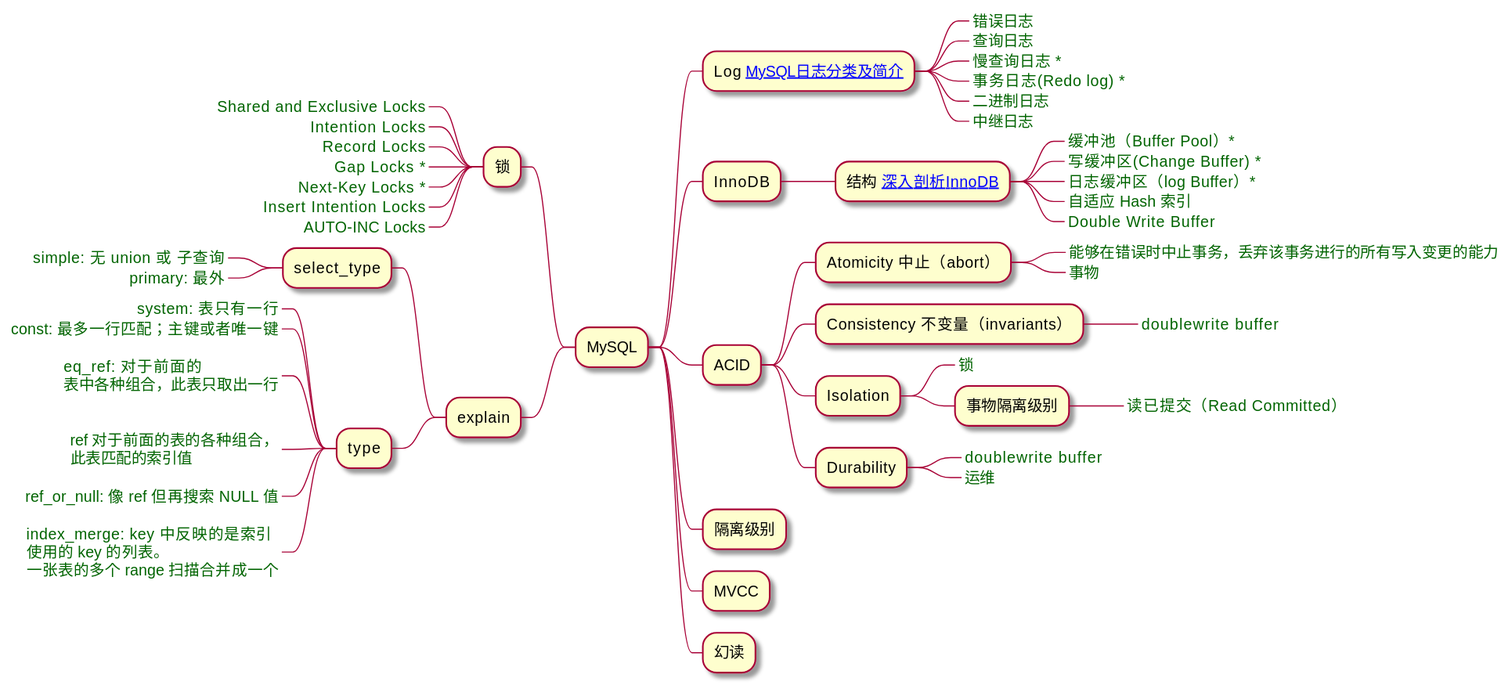
Earlier version of the PlantUML export assets/imgs/resume/mysql.svg (Gh0st99/Gh0st99.github.io). The source it was exported from:
```plantuml
@startmindmap
<style>
boxless {
FontColor darkgreen
}
</style>

* MySQL

** Log [[https://zhuanlan.zhihu.com/p/58011817 MySQL日志分类及简介]]
***_ 错误日志
***_ 查询日志
***_ 慢查询日志 *
***_ 事务日志(Redo log) *
***_ 二进制日志
***_ 中继日志

** InnoDB
*** 结构 [[https://zhuanlan.zhihu.com/p/235458760 深入剖析InnoDB]]
****_ 缓冲池（Buffer Pool）*
****_ 写缓冲区(Change Buffer) *
****_ 日志缓冲区（log Buffer）*
****_ 自适应 Hash 索引
****_ Double Write Buffer

** ACID
*** Atomicity 中止（abort）
****_ 能够在错误时中止事务，丢弃该事务进行的所有写入变更的能力
****_ 事物

*** Consistency 不变量（invariants）
****_ doublewrite buffer

*** Isolation
****_ 锁
**** 事物隔离级别
*****_ 读已提交（Read Committed）

*** Durability
****_ doublewrite buffer
****_ 运维

** 隔离级别
** MVCC
** 幻读

left side

** 锁
***_ Shared and Exclusive Locks
***_ Intention Locks
***_ Record Locks
***_ Gap Locks *
***_ Next-Key Locks *
***_ Insert Intention Locks
***_ AUTO-INC Locks

** explain
*** select_type
****_ simple: 无 union 或 子查询
****_ primary: 最外

*** type
****_ system: 表只有一行
****_ const: 最多一行匹配；主键或者唯一键
****_:
eq_ref:  对于前面的
表中各种组合，此表只取出一行
;
****_:
ref 对于前面的表的各种组合，
此表匹配的索引值
;
****_ ref_or_null: 像 ref 但再搜索 NULL 值
****_:
index_merge: key 中反映的是索引
使用的 key 的列表。
一张表的多个 range 扫描合并成一个
;
@endmindmap
```
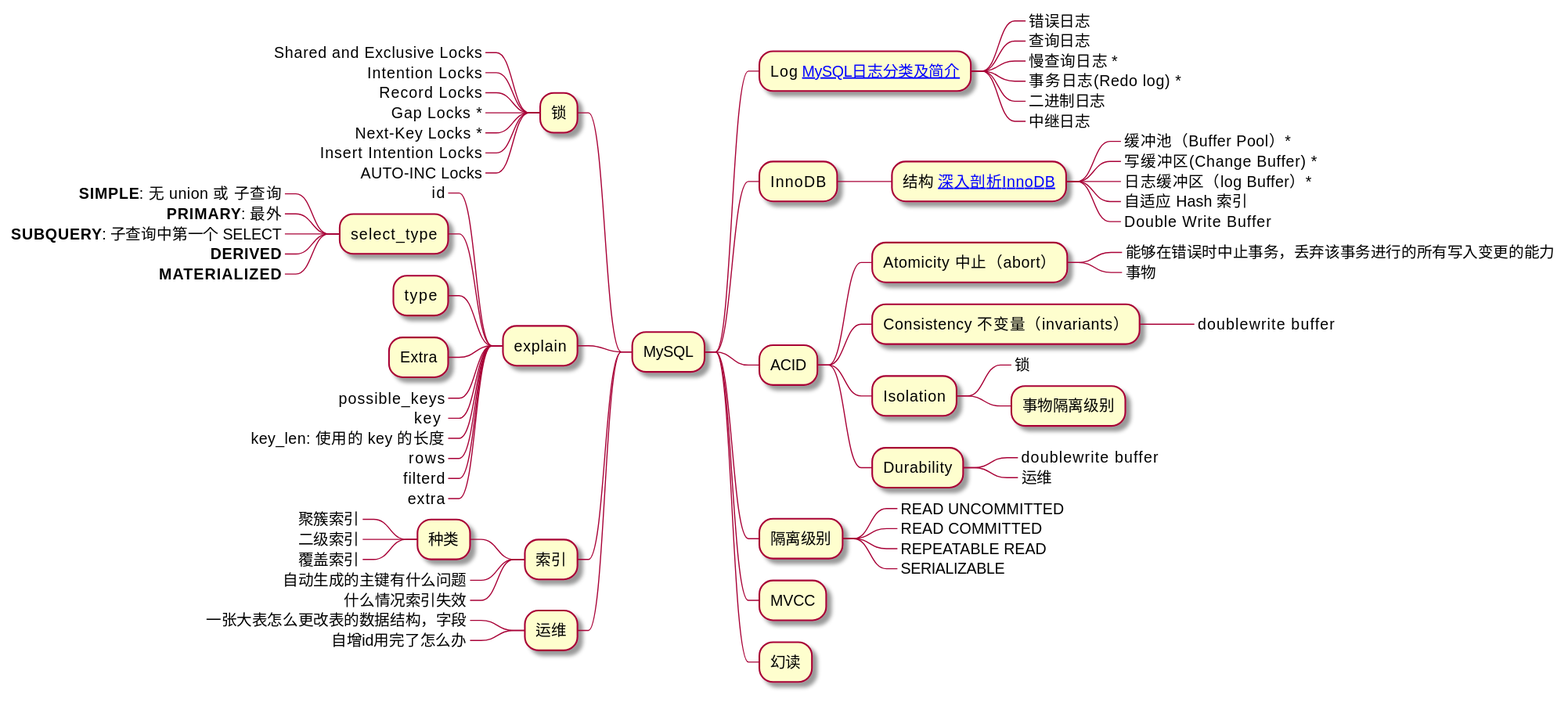
Above is the later version.

What changed in the source:
```diff
@@ -1,9 +1,5 @@
-@startmindmap
-<style>
-boxless {
-FontColor darkgreen
-}
-</style>
+@startmindmap MySQL 脑图
+
 
 * MySQL
 
@@ -34,13 +30,16 @@
 *** Isolation
 ****_ 锁
 **** 事物隔离级别
-*****_ 读已提交（Read Committed）
 
 *** Durability
 ****_ doublewrite buffer
 ****_ 运维
 
 ** 隔离级别
+***_  READ UNCOMMITTED
+***_  READ COMMITTED
+***_  REPEATABLE READ
+***_  SERIALIZABLE
 ** MVCC
 ** 幻读
 
@@ -56,25 +55,34 @@
 ***_ AUTO-INC Locks
 
 ** explain
+***_ id
 *** select_type
-****_ simple: 无 union 或 子查询
-****_ primary: 最外
+****_ **SIMPLE**: 无 union 或 子查询
+****_ **PRIMARY**: 最外
+****_ **SUBQUERY**: 子查询中第一个 SELECT
+****_ **DERIVED**
+****_ **MATERIALIZED**
 
 *** type
-****_ system: 表只有一行
-****_ const: 最多一行匹配；主键或者唯一键
-****_:
-eq_ref:  对于前面的
-表中各种组合，此表只取出一行
-;
-****_:
-ref 对于前面的表的各种组合，
-此表匹配的索引值
-;
-****_ ref_or_null: 像 ref 但再搜索 NULL 值
-****_:
-index_merge: key 中反映的是索引
-使用的 key 的列表。
-一张表的多个 range 扫描合并成一个
-;
+*** Extra
+***_ possible_keys
+***_ key
+***_ key_len: 使用的 key 的长度
+***_ rows
+***_ filterd
+***_ extra
+
+
+** 索引
+*** 种类
+****_ 聚簇索引
+****_ 二级索引
+****_ 覆盖索引
+***_ 自动生成的主键有什么问题
+***_ 什么情况索引失效
+
+** 运维
+***_ 一张大表怎么更改表的数据结构，字段
+***_ 自增id用完了怎么办
+
 @endmindmap
```
